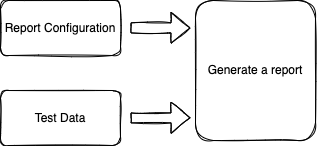
Before: docs/source/_static/understanding/report_config_test_data.png, a diagram exported from draw.io (xenanetworks/open-automation-ts-app-doc). Source tidied: cells renumbered, new cells last; positions are measured from the earlier drawing's top-left corner, leaving out a move shared by most shapes. The source it was exported from:
```xml
<mxGraphModel>
  <root>
    <mxCell id="0" />
    <mxCell id="1" parent="0" />
    <mxCell id="2" value="Report Configuration" style="rounded=1;whiteSpace=wrap;html=1;sketch=1;" parent="1" vertex="1">
      <mxGeometry width="120" height="55" as="geometry" />
    </mxCell>
    <mxCell id="3" value="Test Data" style="rounded=1;whiteSpace=wrap;html=1;sketch=1;" parent="1" vertex="1">
      <mxGeometry y="90" width="120" height="55" as="geometry" />
    </mxCell>
    <mxCell id="4" style="shape=flexArrow;endArrow=classic;html=1;rounded=0;sketch=1;" parent="1" edge="1">
      <mxGeometry relative="1" as="geometry">
        <mxPoint x="130" y="27.4" as="sourcePoint" />
        <mxPoint x="190" y="27.4" as="targetPoint" />
      </mxGeometry>
    </mxCell>
    <mxCell id="5" style="shape=flexArrow;endArrow=classic;html=1;rounded=0;sketch=1;" parent="1" edge="1">
      <mxGeometry relative="1" as="geometry">
        <mxPoint x="130" y="117.4" as="sourcePoint" />
        <mxPoint x="190" y="117.4" as="targetPoint" />
      </mxGeometry>
    </mxCell>
    <mxCell id="6" value="Generate a report" style="rounded=1;whiteSpace=wrap;html=1;sketch=1;" parent="1" vertex="1">
      <mxGeometry x="195" width="120" height="140" as="geometry" />
    </mxCell>
  </root>
</mxGraphModel>
```
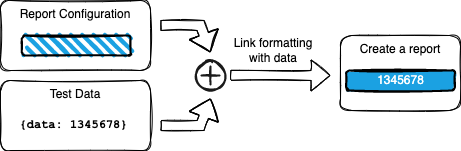
After the change.

Commit message:
Update two figures in basics

Diff of the diagram source:
```diff
@@ -2,26 +2,53 @@
   <root>
     <mxCell id="0" />
     <mxCell id="1" parent="0" />
-    <mxCell id="2" value="Report Configuration" style="rounded=1;whiteSpace=wrap;html=1;sketch=1;" parent="1" vertex="1">
-      <mxGeometry width="120" height="55" as="geometry" />
+    <mxCell id="2" value="Report Configuration" style="rounded=1;whiteSpace=wrap;html=1;sketch=1;align=center;verticalAlign=top;" parent="1" vertex="1">
+      <mxGeometry x="-435" y="190" width="150" height="70" as="geometry" />
     </mxCell>
-    <mxCell id="3" value="Test Data" style="rounded=1;whiteSpace=wrap;html=1;sketch=1;" parent="1" vertex="1">
-      <mxGeometry y="90" width="120" height="55" as="geometry" />
+    <mxCell id="3" style="rounded=1;whiteSpace=wrap;html=1;strokeWidth=2;fillWeight=4;hachureGap=8;hachureAngle=45;fillColor=#1ba1e2;sketch=1;shadow=0;fillStyle=auto;" parent="1" vertex="1">
+      <mxGeometry x="-413.8" y="225" width="108.8" height="20" as="geometry" />
     </mxCell>
-    <mxCell id="4" style="shape=flexArrow;endArrow=classic;html=1;rounded=0;sketch=1;" parent="1" edge="1">
-      <mxGeometry relative="1" as="geometry">
-        <mxPoint x="130" y="27.4" as="sourcePoint" />
-        <mxPoint x="190" y="27.4" as="targetPoint" />
-      </mxGeometry>
+    <mxCell id="4" value="Test Data" style="rounded=1;whiteSpace=wrap;html=1;sketch=1;verticalAlign=top;" parent="1" vertex="1">
+      <mxGeometry x="-435" y="270" width="150" height="70" as="geometry" />
     </mxCell>
     <mxCell id="5" style="shape=flexArrow;endArrow=classic;html=1;rounded=0;sketch=1;" parent="1" edge="1">
       <mxGeometry relative="1" as="geometry">
-        <mxPoint x="130" y="117.4" as="sourcePoint" />
-        <mxPoint x="190" y="117.4" as="targetPoint" />
+        <mxPoint x="-275" y="215" as="sourcePoint" />
+        <mxPoint x="-225" y="242" as="targetPoint" />
+        <Array as="points">
+          <mxPoint x="-235" y="215" />
+        </Array>
       </mxGeometry>
     </mxCell>
-    <mxCell id="6" value="Generate a report" style="rounded=1;whiteSpace=wrap;html=1;sketch=1;" parent="1" vertex="1">
-      <mxGeometry x="195" width="120" height="140" as="geometry" />
+    <mxCell id="6" value="Create a report" style="rounded=1;whiteSpace=wrap;html=1;sketch=1;verticalAlign=top;" parent="1" vertex="1">
+      <mxGeometry x="-95" y="225" width="120" height="75" as="geometry" />
     </mxCell>
+    <mxCell id="7" style="html=1;verticalLabelPosition=bottom;align=center;labelBackgroundColor=#ffffff;verticalAlign=top;strokeWidth=2;strokeColor=#1A1A1A;shadow=0;dashed=0;shape=mxgraph.ios7.icons.add;sketch=1;" parent="1" vertex="1">
+      <mxGeometry x="-240" y="250" width="30" height="30" as="geometry" />
+    </mxCell>
+    <mxCell id="8" style="shape=flexArrow;endArrow=classic;html=1;rounded=0;sketch=1;" parent="1" edge="1">
+      <mxGeometry relative="1" as="geometry">
+        <mxPoint x="-275" y="315" as="sourcePoint" />
+        <mxPoint x="-225" y="288" as="targetPoint" />
+        <Array as="points">
+          <mxPoint x="-235" y="315" />
+        </Array>
+      </mxGeometry>
+    </mxCell>
+    <mxCell id="9" style="shape=flexArrow;endArrow=classic;html=1;rounded=0;sketch=1;" parent="1" edge="1">
+      <mxGeometry relative="1" as="geometry">
+        <mxPoint x="-205" y="264.8" as="sourcePoint" />
+        <mxPoint x="-105" y="265" as="targetPoint" />
+      </mxGeometry>
+    </mxCell>
+    <mxCell id="10" value="Link formatting with data" style="text;html=1;strokeColor=none;fillColor=none;align=center;verticalAlign=middle;whiteSpace=wrap;rounded=0;shadow=0;sketch=1;fillStyle=solid;" parent="1" vertex="1">
+      <mxGeometry x="-210" y="225" width="96" height="30" as="geometry" />
+    </mxCell>
+    <mxCell id="11" value="{data: 1345678}" style="text;html=1;strokeColor=none;fillColor=none;align=center;verticalAlign=middle;whiteSpace=wrap;rounded=0;shadow=0;sketch=1;fillStyle=solid;fontFamily=Courier New;fontSize=12;fontStyle=1;" parent="1" vertex="1">
+      <mxGeometry x="-417.5" y="300" width="112.5" height="30" as="geometry" />
+    </mxCell>
+    <mxCell id="12" value="&lt;font color=&quot;#ffffff&quot;&gt;1345678&lt;/font&gt;" style="rounded=1;whiteSpace=wrap;html=1;strokeWidth=2;fillWeight=4;hachureGap=8;hachureAngle=45;fillColor=#1ba1e2;sketch=1;shadow=0;fillStyle=solid;" parent="1" vertex="1">
+      <mxGeometry x="-89.4" y="260" width="108.8" height="20" as="geometry" />
+    </mxCell>
   </root>
 </mxGraphModel>
```
